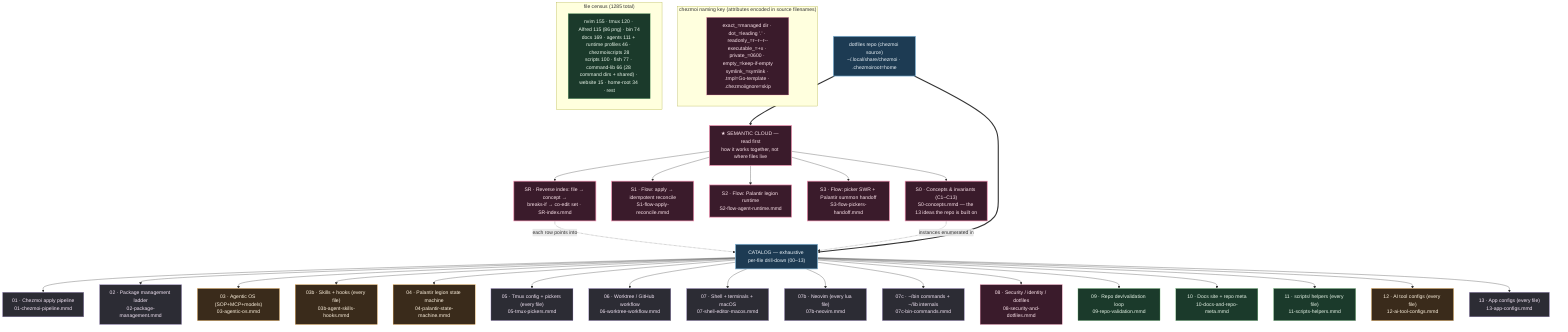
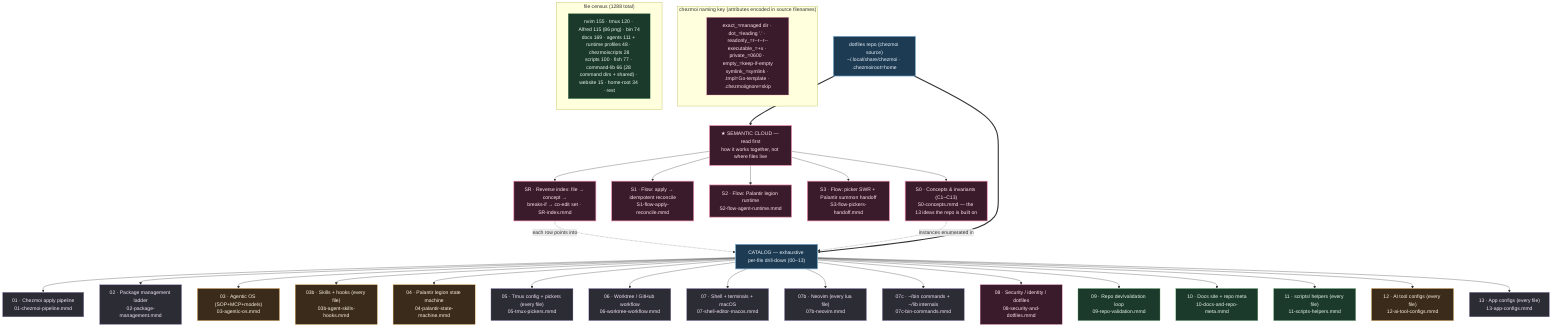
%% ============================================================================
%% 00-overview.mmd — Master navigation map for kapral18/dotfiles
%% TWO LAYERS:
%%   SEMANTIC CLOUD (read first) — how the system THINKS: concepts+invariants
%%     (S0), cross-cutting flows (S1/S2/S3), and a reverse index (SR) that maps
%%     any file to its concept, blast radius, and co-edit set.
%%   CATALOG (drill-down) — how the system is LAID OUT: 00-13 enumerate every
- %%     one of the 1285 files in the effective git file set by exact chezmoi source path.
+ %%     one of the 1288 files in the effective git file set by exact chezmoi source path.
%% `home/` is chezmoi source deployed to $HOME; scripts/tools/website/docs are
%% repo-side (NOT deployed). Each node → a deeper .mmd.
%% ============================================================================
graph TD
    classDef entry fill:#1d3b53,stroke:#7fb3d5,color:#eaf2f8,stroke-width:2px;
    classDef sys fill:#2c2c34,stroke:#b39ddb,color:#f3e5f5;
    classDef ai fill:#3a2b1b,stroke:#ffb74d,color:#fff3e0;
    classDef repo fill:#1b3a2b,stroke:#81c784,color:#e8f5e9;
    classDef data fill:#3a1b2b,stroke:#f48fb1,color:#fce4ec;
    classDef sem fill:#3a1b2b,stroke:#f48fb1,color:#fce4ec,stroke-width:2px;

    ROOT["dotfiles repo (chezmoi source)<br/>~/.local/share/chezmoi · .chezmoiroot=home"]:::entry

    %% ---- SEMANTIC LAYER (read before the catalog) --------------------------
    ROOT ==> SEMHEAD["★ SEMANTIC CLOUD — read first<br/>how it works together, not where files live"]:::sem
    SEMHEAD --> S0["S0 · Concepts & invariants (C1–C13)<br/>S0-concepts.mmd — the 13 ideas the repo is built on"]:::sem
    SEMHEAD --> S1["S1 · Flow: apply → idempotent reconcile<br/>S1-flow-apply-reconcile.mmd"]:::sem
    SEMHEAD --> S2["S2 · Flow: Palantir legion runtime<br/>S2-flow-agent-runtime.mmd"]:::sem
    SEMHEAD --> S3["S3 · Flow: picker SWR + Palantir summon handoff<br/>S3-flow-pickers-handoff.mmd"]:::sem
    SEMHEAD --> SR["SR · Reverse index: file → concept →<br/>breaks-if → co-edit set · SR-index.mmd"]:::sem
    SR -. "each row points into" .-> CATHEAD
    S0 -. "instances enumerated in" .-> CATHEAD

    %% ---- CATALOG LAYER (exhaustive per-file drill-down) --------------------
    ROOT ==> CATHEAD["CATALOG — exhaustive per-file drill-down (00–13)"]:::entry

    CATHEAD --> CZ["01 · Chezmoi apply pipeline<br/>01-chezmoi-pipeline.mmd"]:::sys
    CATHEAD --> PKG["02 · Package management ladder<br/>02-package-management.mmd"]:::sys
    CATHEAD --> AIOS["03 · Agentic OS (SOP+MCP+models)<br/>03-agentic-os.mmd"]:::ai
    CATHEAD --> SKILLS["03b · Skills + hooks (every file)<br/>03b-agent-skills-hooks.mmd"]:::ai
    CATHEAD --> PAL["04 · Palantir legion state machine<br/>04-palantir-state-machine.mmd"]:::ai
    CATHEAD --> TMUX["05 · Tmux config + pickers (every file)<br/>05-tmux-pickers.mmd"]:::sys
    CATHEAD --> WT["06 · Worktree / GitHub workflow<br/>06-worktree-workflow.mmd"]:::sys
    CATHEAD --> SEM["07 · Shell + terminals + macOS<br/>07-shell-editor-macos.mmd"]:::sys
    CATHEAD --> NVIM["07b · Neovim (every lua file)<br/>07b-neovim.mmd"]:::sys
    CATHEAD --> BIN["07c · ~/bin commands + ~/lib internals<br/>07c-bin-commands.mmd"]:::sys
    CATHEAD --> SEC["08 · Security / identity / dotfiles<br/>08-security-and-dotfiles.mmd"]:::data
    CATHEAD --> VAL["09 · Repo dev/validation loop<br/>09-repo-validation.mmd"]:::repo
    CATHEAD --> DOCS["10 · Docs site + repo meta<br/>10-docs-and-repo-meta.mmd"]:::repo
    CATHEAD --> SCRIPTS["11 · scripts/ helpers (every file)<br/>11-scripts-helpers.mmd"]:::repo
    CATHEAD --> AICFG["12 · AI tool configs (every file)<br/>12-ai-tool-configs.mmd"]:::ai
    CATHEAD --> APPS["13 · App configs (every file)<br/>13-app-configs.mmd"]:::sys

    subgraph KEY["chezmoi naming key (attributes encoded in source filenames)"]
        K1["exact_=managed dir · dot_=leading '.' · readonly_=r--r--r--<br/>executable_=+x · private_=0600 · empty_=keep-if-empty<br/>symlink_=symlink · .tmpl=Go-template · .chezmoiignore=skip"]:::data
    end

-     subgraph COUNTS["file census (1285 total)"]
-         C1["nvim 155 · tmux 120 · Alfred 115 (86 png) · bin 74<br/>docs 169 · agents 111 + runtime profiles 46 · chezmoiscripts 28<br/>scripts 100 · fish 77 · command-lib 66 (28 command dirs + shared) · website 15 · home-root 34 · rest"]:::repo
+     subgraph COUNTS["file census (1288 total)"]
+         C1["nvim 155 · tmux 120 · Alfred 115 (86 png) · bin 74<br/>docs 169 · agents 111 + runtime profiles 48 · chezmoiscripts 28<br/>scripts 100 · fish 77 · command-lib 66 (28 command dirs + shared) · website 15 · home-root 34 · rest"]:::repo
    end
